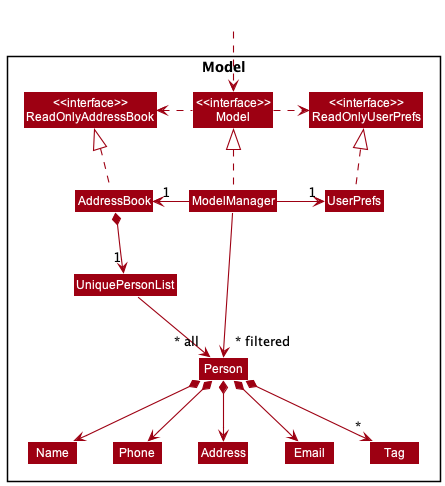
This is docs/images/ModelClassDiagram.png from nus-cs2103-AY2223S2/tp, a PlantUML export, as it was before one commit.
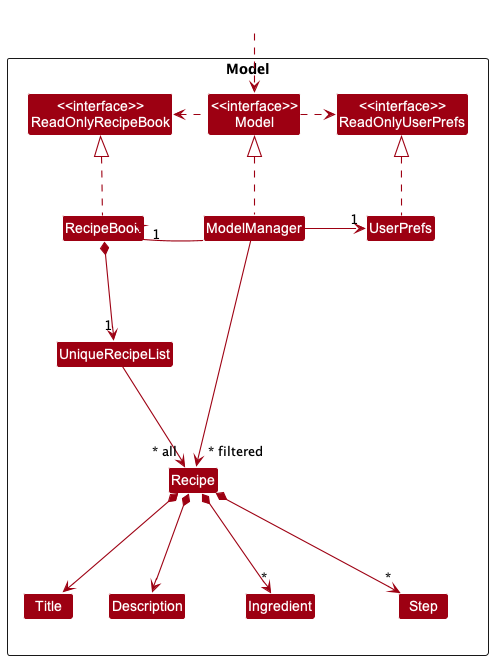
After the change.

The edit, as a diff of the source:
```diff
@@ -5,46 +5,41 @@
 skinparam classBackgroundColor MODEL_COLOR
 
 Package Model <<Rectangle>>{
-Class "<<interface>>\nReadOnlyAddressBook" as ReadOnlyAddressBook
+Class "<<interface>>\nReadOnlyRecipeBook" as ReadOnlyRecipeBook
 Class "<<interface>>\nReadOnlyUserPrefs" as ReadOnlyUserPrefs
 Class "<<interface>>\nModel" as Model
-Class AddressBook
+Class RecipeBook
 Class ModelManager
 Class UserPrefs
 
-Class UniquePersonList
-Class Person
-Class Address
-Class Email
-Class Name
-Class Phone
-Class Tag
+Class UniqueRecipeList
+Class Recipe
+Class Title
+Class Description
+Class Ingredient
+Class Step
 
 }
 
 Class HiddenOutside #FFFFFF
 HiddenOutside ..> Model
 
-AddressBook .up.|> ReadOnlyAddressBook
+RecipeBook .up.|> ReadOnlyRecipeBook
 
 ModelManager .up.|> Model
 Model .right.> ReadOnlyUserPrefs
-Model .left.> ReadOnlyAddressBook
-ModelManager -left-> "1" AddressBook
+Model .left.> ReadOnlyRecipeBook
+ModelManager -left-> "1" RecipeBook
 ModelManager -right-> "1" UserPrefs
 UserPrefs .up.|> ReadOnlyUserPrefs
 
-AddressBook *--> "1" UniquePersonList
-UniquePersonList --> "~* all" Person
-Person *--> Name
-Person *--> Phone
-Person *--> Email
-Person *--> Address
-Person *--> "*" Tag
+RecipeBook *--> "1" UniqueRecipeList
+UniqueRecipeList --> "~* all" Recipe
+Recipe *--> Title
+Recipe *--> Description
+Recipe *--> "*" Ingredient
+Recipe *--> "*" Step
 
-Name -[hidden]right-> Phone
-Phone -[hidden]right-> Address
-Address -[hidden]right-> Email
 
-ModelManager -->"~* filtered" Person
+ModelManager -->"~* filtered" Recipe
 @enduml
```
